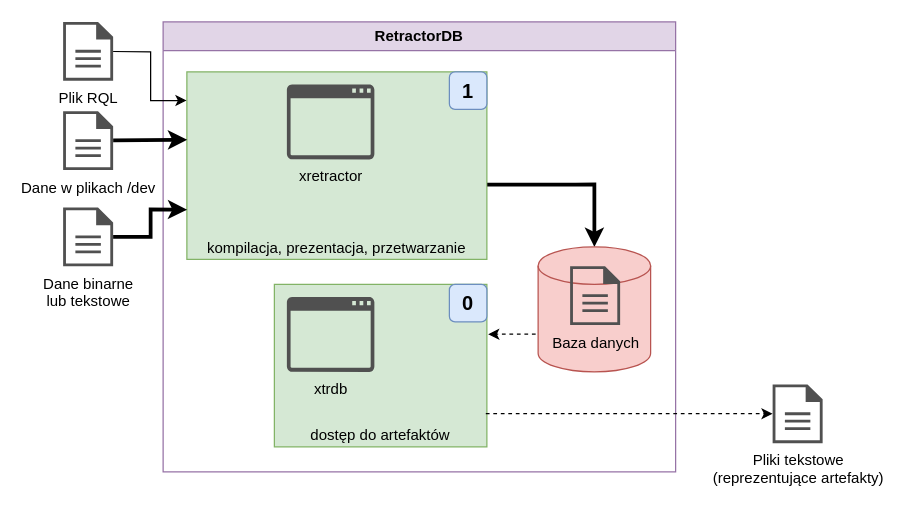
Before: page "Artifacts - icons" (3 of 11) of assets/zrodlo-rysunkow.drawio in michalwidera/documentation-rdb, a draw.io diagram. Source tidied: cells renumbered, new cells numbered last; positions are measured from the earlier drawing's top-left corner, leaving out a move shared by most shapes. Both pictures are drawn from the tidied source at 125%, with x=0, y=0 at pixel (62, 21).
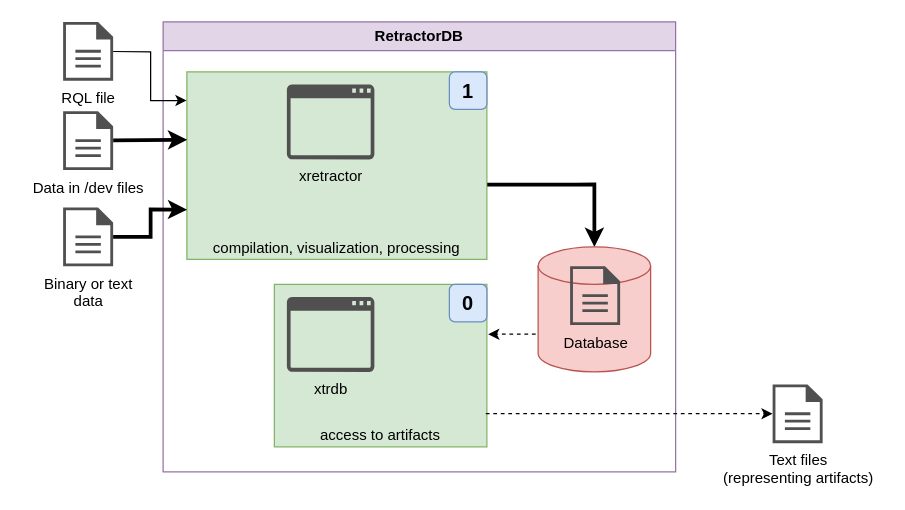
After the change.

The change refers to these unchanged cells:
```xml
<mxCell id="3" value="RetractorDB" style="swimlane;whiteSpace=wrap;html=1;fillColor=#e1d5e7;strokeColor=#9673a6;" parent="1" vertex="1">
  <mxGeometry x="80" width="410" height="360" as="geometry" />
</mxCell>
```

Diff of the diagram source:
```diff
@@
-    <mxCell id="4" value="kompilacja, prezentacja, przetwarzanie" style="rounded=0;whiteSpace=wrap;html=1;fillColor=#d5e8d4;strokeColor=#82b366;labelPosition=center;verticalLabelPosition=middle;align=center;verticalAlign=bottom;" parent="3" vertex="1">
+    <mxCell id="4" value="compilation, visualization, processing" style="rounded=0;whiteSpace=wrap;html=1;fillColor=#d5e8d4;strokeColor=#82b366;labelPosition=center;verticalLabelPosition=middle;align=center;verticalAlign=bottom;" parent="3" vertex="1">
       <mxGeometry x="19" y="40" width="240" height="150" as="geometry" />
     </mxCell>
-    <mxCell id="5" value="&lt;div&gt;&lt;span style=&quot;background-color: transparent; color: light-dark(rgb(0, 0, 0), rgb(255, 255, 255));&quot;&gt;dostęp do artefaktów&lt;/span&gt;&lt;/div&gt;" style="rounded=0;whiteSpace=wrap;html=1;fillColor=#d5e8d4;strokeColor=#82b366;verticalAlign=bottom;" parent="3" vertex="1">
+    <mxCell id="5" value="&lt;div&gt;&lt;span style=&quot;background-color: transparent; color: light-dark(rgb(0, 0, 0), rgb(255, 255, 255));&quot;&gt;access to artifacts&lt;/span&gt;&lt;/div&gt;" style="rounded=0;whiteSpace=wrap;html=1;fillColor=#d5e8d4;strokeColor=#82b366;verticalAlign=bottom;" parent="3" vertex="1">
       <mxGeometry x="89" y="210" width="170" height="130" as="geometry" />
     </mxCell>
@@
-    <mxCell id="12" value="Baza danych" style="sketch=0;shadow=0;dashed=0;html=1;strokeColor=none;fillColor=#505050;labelPosition=center;verticalLabelPosition=bottom;verticalAlign=top;align=center;shape=mxgraph.office.concepts.document;" parent="3" vertex="1">
+    <mxCell id="12" value="Database" style="sketch=0;shadow=0;dashed=0;html=1;strokeColor=none;fillColor=#505050;labelPosition=center;verticalLabelPosition=bottom;verticalAlign=top;align=center;shape=mxgraph.office.concepts.document;" parent="3" vertex="1">
       <mxGeometry x="325.6" y="195.5" width="40" height="47" as="geometry" />
     </mxCell>
-    <mxCell id="13" value="Plik RQL" style="sketch=0;shadow=0;dashed=0;html=1;strokeColor=none;fillColor=#505050;labelPosition=center;verticalLabelPosition=bottom;verticalAlign=top;outlineConnect=0;align=center;shape=mxgraph.office.concepts.document;" parent="1" vertex="1">
+    <mxCell id="13" value="RQL file" style="sketch=0;shadow=0;dashed=0;html=1;strokeColor=none;fillColor=#505050;labelPosition=center;verticalLabelPosition=bottom;verticalAlign=top;outlineConnect=0;align=center;shape=mxgraph.office.concepts.document;" parent="1" vertex="1">
       <mxGeometry width="40" height="47" as="geometry" />
     </mxCell>
@@
-    <mxCell id="15" value="Dane w plikach /dev" style="sketch=0;shadow=0;dashed=0;html=1;strokeColor=none;fillColor=#505050;labelPosition=center;verticalLabelPosition=bottom;verticalAlign=top;outlineConnect=0;align=center;shape=mxgraph.office.concepts.document;" parent="1" vertex="1">
+    <mxCell id="15" value="Data in /dev files" style="sketch=0;shadow=0;dashed=0;html=1;strokeColor=none;fillColor=#505050;labelPosition=center;verticalLabelPosition=bottom;verticalAlign=top;outlineConnect=0;align=center;shape=mxgraph.office.concepts.document;" parent="1" vertex="1">
       <mxGeometry y="71.5" width="40" height="47" as="geometry" />
     </mxCell>
-    <mxCell id="16" value="Dane binarne&lt;div&gt;lub tekstowe&lt;/div&gt;" style="sketch=0;shadow=0;dashed=0;html=1;strokeColor=none;fillColor=#505050;labelPosition=center;verticalLabelPosition=bottom;verticalAlign=top;outlineConnect=0;align=center;shape=mxgraph.office.concepts.document;spacingTop=0;spacing=2;spacingRight=0;" parent="1" vertex="1">
+    <mxCell id="16" value="Binary or text&lt;div&gt;data&lt;/div&gt;" style="sketch=0;shadow=0;dashed=0;html=1;strokeColor=none;fillColor=#505050;labelPosition=center;verticalLabelPosition=bottom;verticalAlign=top;outlineConnect=0;align=center;shape=mxgraph.office.concepts.document;spacingTop=0;spacing=2;spacingRight=0;" parent="1" vertex="1">
       <mxGeometry y="148.5" width="40" height="47" as="geometry" />
     </mxCell>
@@
-    <mxCell id="19" value="Pliki tekstowe&lt;div&gt;(reprezentujące artefakty)&lt;/div&gt;" style="sketch=0;shadow=0;dashed=0;html=1;strokeColor=none;fillColor=#505050;labelPosition=center;verticalLabelPosition=bottom;verticalAlign=top;outlineConnect=0;align=center;shape=mxgraph.office.concepts.document;" parent="1" vertex="1">
+    <mxCell id="19" value="Text files&lt;div&gt;(representing artifacts)&lt;/div&gt;" style="sketch=0;shadow=0;dashed=0;html=1;strokeColor=none;fillColor=#505050;labelPosition=center;verticalLabelPosition=bottom;verticalAlign=top;outlineConnect=0;align=center;shape=mxgraph.office.concepts.document;" parent="1" vertex="1">
       <mxGeometry x="567.6" y="290" width="40" height="47" as="geometry" />
     </mxCell>
```
